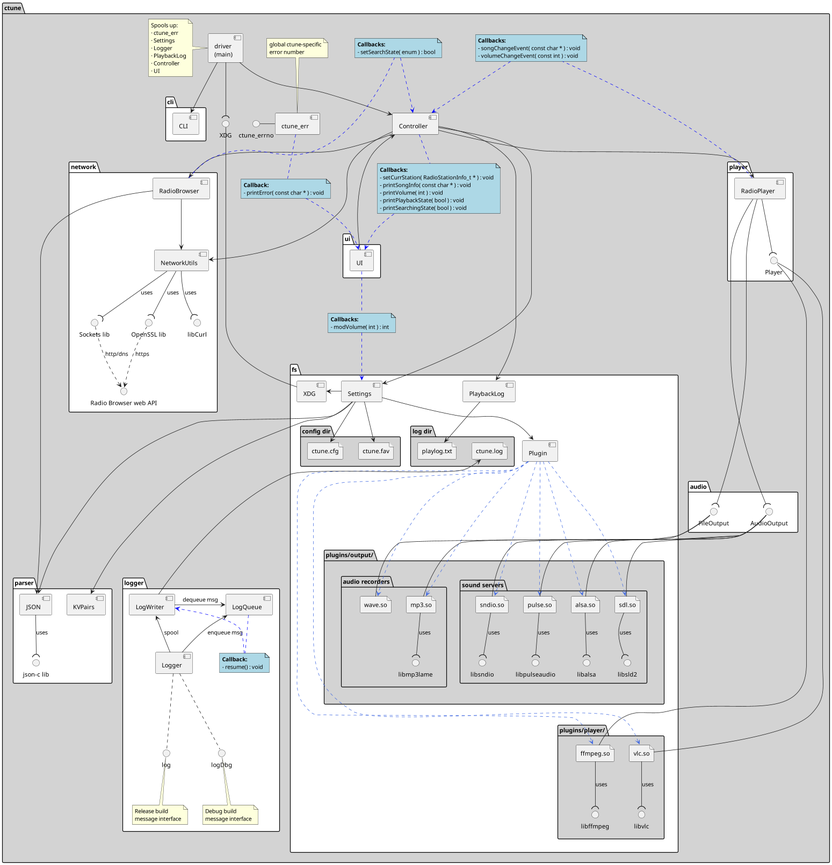
Earlier version of the PlantUML export docs/design/ctune_core.png (An7ar35/ctune).
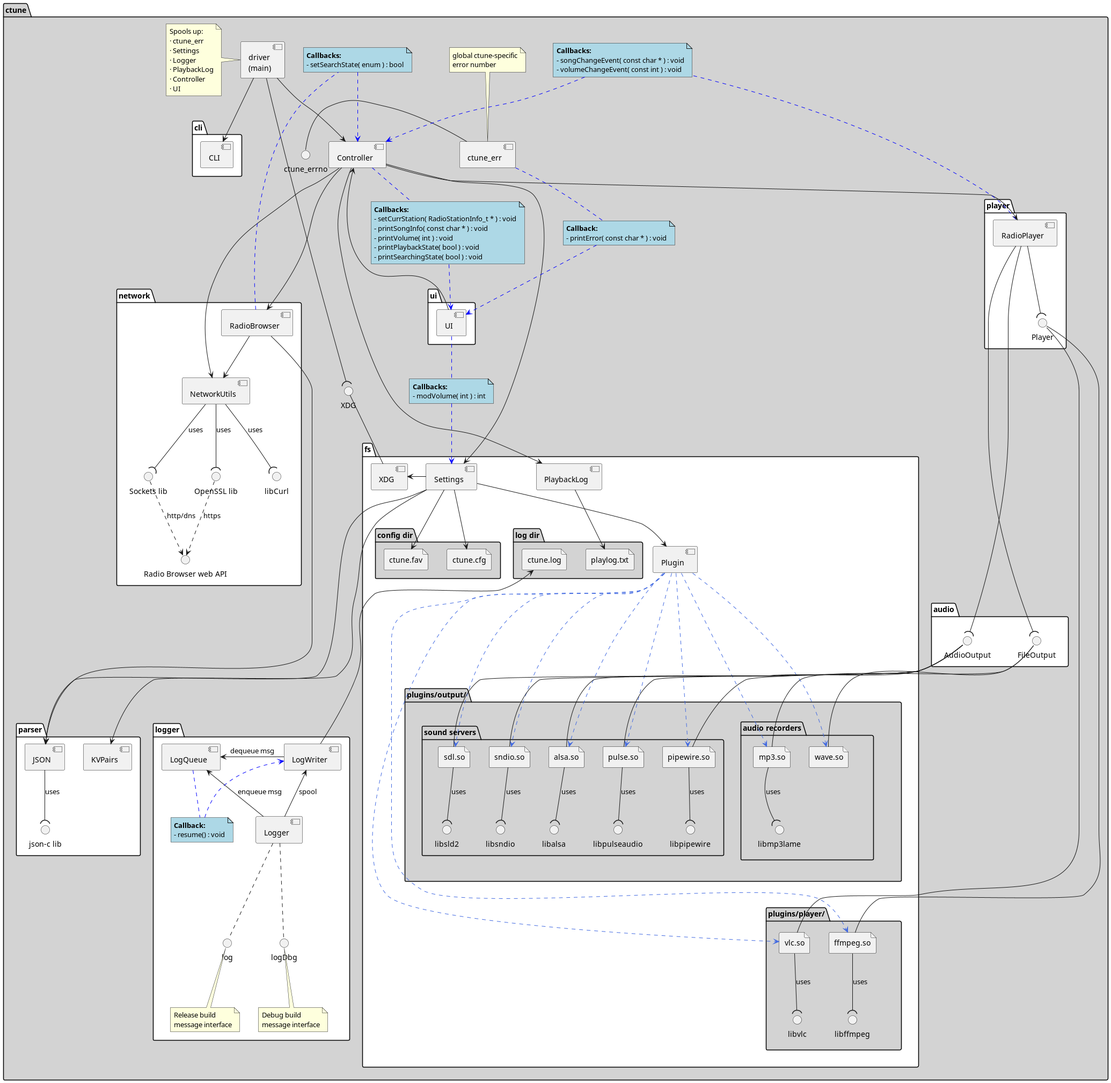
Later version of the same file.

Diff of the diagram source:
```diff
@@ -45,11 +45,13 @@
 
         package "plugins/output/" as plugins_out #lightgrey {
             package "sound servers" as sound_servers {
+                file "pipewire.so" as pw_plugin
                 file "pulse.so" as pulse_plugin
                 file "alsa.so" as alsa_plugin
                 file "sdl.so" as sdl_plugin
                 file "sndio.so" as sndio_plugin
 
+                interface libpipewire
                 interface libalsa
                 interface libpulseaudio
                 interface libsld2
@@ -63,6 +65,7 @@
                 interface libmp3lame
             }
 
+            pw_plugin -down-( libpipewire : uses
             pulse_plugin -down-( libpulseaudio : uses
             alsa_plugin -down-( libalsa : uses
             sdl_plugin -down-( libsld2 : uses
@@ -84,6 +87,7 @@
 
         Plugin .[#RoyalBlue]..> ffmpeg_plugin
         Plugin .[#RoyalBlue]..> vlc_plugin
+        Plugin .[#RoyalBlue]..> pw_plugin
         Plugin .[#RoyalBlue]..> pulse_plugin
         Plugin .[#RoyalBlue]..> alsa_plugin
         Plugin .[#RoyalBlue]..> sdl_plugin
@@ -106,7 +110,7 @@
     audio_recorders -down[hidden]-- plugins_in
     plugins_in -left[hidden]- plugins_out
 
-
+    AudioOutput -- pw_plugin
     AudioOutput -- pulse_plugin
     AudioOutput -- alsa_plugin
     AudioOutput -- sdl_plugin
```
